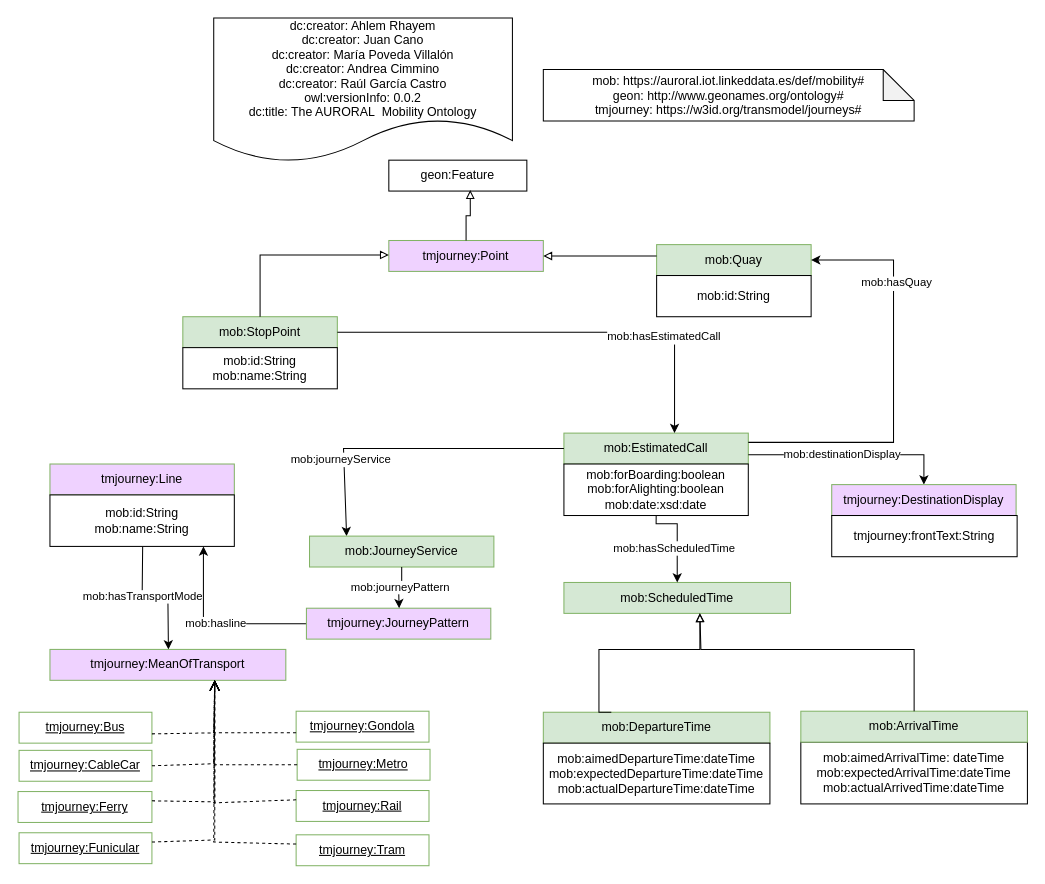
The draw.io diagram Diagram/mobility.drawio in oeg-upm/auroral-mobility-Ontology, before the edit. Source tidied: cells renumbered, new cells numbered last; positions are measured from the earlier drawing's top-left corner, leaving out a move shared by most shapes. Both pictures are drawn from the tidied source at 103%, with x=0, y=0 at pixel (18, 18).
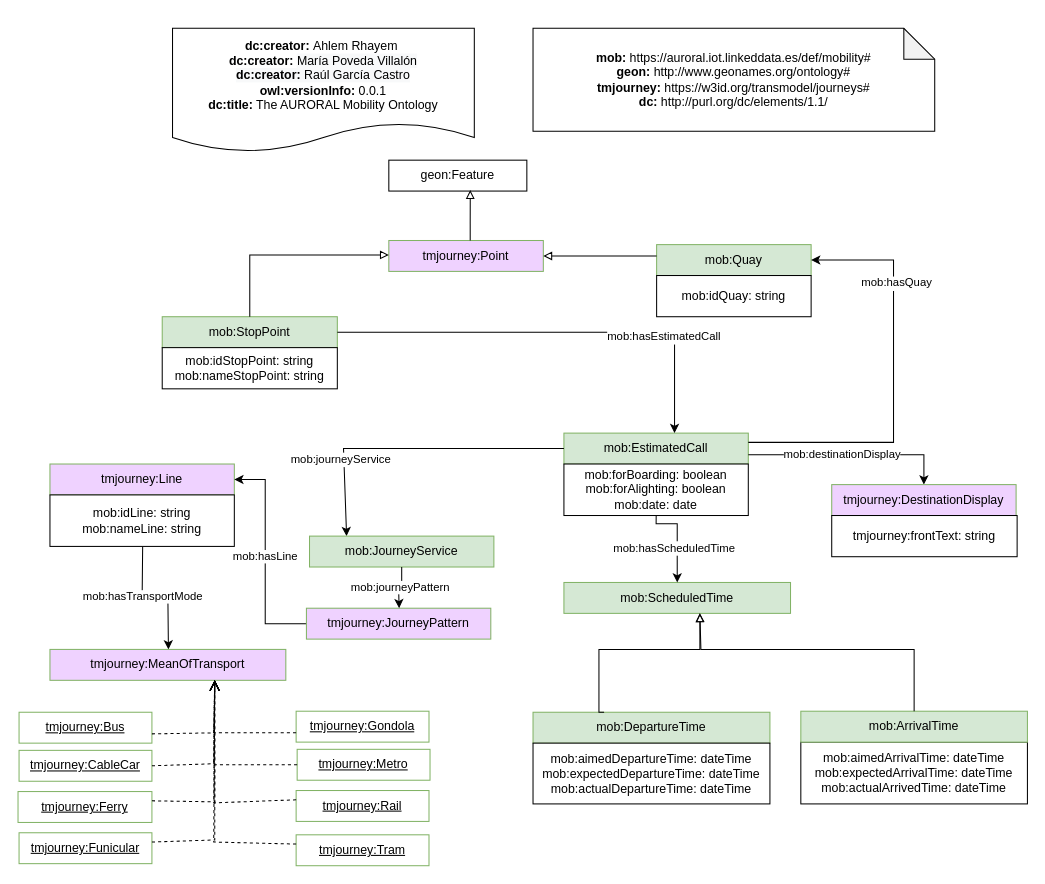
The same page after the edit.

The change refers to these unchanged cells:
```xml
<mxCell id="7" value="geon:Feature" style="rounded=0;whiteSpace=wrap;html=1;" parent="1" vertex="1">
  <mxGeometry x="360" y="138" width="134" height="30" as="geometry" />
</mxCell>
<mxCell id="12" value="tmjourney:Line" style="rounded=0;whiteSpace=wrap;html=1;snapToPoint=1;points=[[0.1,0],[0.2,0],[0.3,0],[0.4,0],[0.5,0],[0.6,0],[0.7,0],[0.8,0],[0.9,0],[0,0.1],[0,0.3],[0,0.5],[0,0.7],[0,0.9],[0.1,1],[0.2,1],[0.3,1],[0.4,1],[0.5,1],[0.6,1],[0.7,1],[0.8,1],[0.9,1],[1,0.1],[1,0.3],[1,0.5],[1,0.7],[1,0.9]];fillColor=#EFD2FF;strokeColor=#82b366;" parent="1" vertex="1">
  <mxGeometry x="31" y="433" width="179" height="30" as="geometry" />
</mxCell>
<mxCell id="17" value="tmjourney:JourneyPattern" style="rounded=0;whiteSpace=wrap;html=1;snapToPoint=1;points=[[0.1,0],[0.2,0],[0.3,0],[0.4,0],[0.5,0],[0.6,0],[0.7,0],[0.8,0],[0.9,0],[0,0.1],[0,0.3],[0,0.5],[0,0.7],[0,0.9],[0.1,1],[0.2,1],[0.3,1],[0.4,1],[0.5,1],[0.6,1],[0.7,1],[0.8,1],[0.9,1],[1,0.1],[1,0.3],[1,0.5],[1,0.7],[1,0.9]];fillColor=#EFD2FF;strokeColor=#82b366;" parent="1" vertex="1">
  <mxGeometry x="280" y="573" width="179" height="30" as="geometry" />
</mxCell>
<mxCell id="21" value="tmjourney:Point" style="rounded=0;whiteSpace=wrap;html=1;fillColor=#EFD2FF;strokeColor=#82b366;" parent="1" vertex="1">
  <mxGeometry x="360" y="216" width="150" height="30" as="geometry" />
</mxCell>
```

What changed in the source:
```diff
@@
-    <mxCell id="2" value="dc:creator: Ahlem Rhayem&#10;dc:creator: Juan Cano&#10;dc:creator: María Poveda Villalón&#10;dc:creator: Andrea Cimmino&#10;dc:creator: Raúl García Castro&#10;owl:versionInfo: 0.0.2&#10;dc:title: The AURORAL  Mobility Ontology" style="shape=document;boundedLbl=1;" parent="1" vertex="1">
-      <mxGeometry x="190" width="290" height="140" as="geometry" />
-    </mxCell>
-    <mxCell id="3" value="&#10;mob: https://auroral.iot.linkeddata.es/def/mobility#&#10;geon: http://www.geonames.org/ontology#&#10;tmjourney: https://w3id.org/transmodel/journeys#&#10;" style="shape=note;backgroundOutline=1;darkOpacity=0.05;" parent="1" vertex="1">
-      <mxGeometry x="510" y="50" width="360" height="50" as="geometry" />
-    </mxCell>
@@
     <mxCell id="5" value="mob:StopPoint" style="rounded=0;whiteSpace=wrap;html=1;fillColor=#d5e8d4;strokeColor=#82b366;" parent="1" vertex="1">
-      <mxGeometry x="160" y="290" width="150" height="30" as="geometry" />
+      <mxGeometry x="140" y="290" width="170" height="30" as="geometry" />
     </mxCell>
-    <mxCell id="6" value="mob:id:String&lt;br&gt;mob:name:String" style="rounded=0;whiteSpace=wrap;html=1;" parent="1" vertex="1">
-      <mxGeometry x="160" y="320" width="150" height="40" as="geometry" />
+    <mxCell id="6" value="mob:idStopPoint: string&lt;br&gt;mob:nameStopPoint: string" style="rounded=0;whiteSpace=wrap;html=1;" parent="1" vertex="1">
+      <mxGeometry x="140" y="320" width="170" height="40" as="geometry" />
     </mxCell>
@@
-    <mxCell id="9" value="mob:aimedArrivalTime: dateTime&lt;br&gt;mob:expectedArrivalTime:dateTime&lt;br&gt;mob:actualArrivedTime:dateTime&lt;br&gt;" style="rounded=0;whiteSpace=wrap;html=1;" parent="1" vertex="1">
+    <mxCell id="9" value="mob:aimedArrivalTime: dateTime&lt;br&gt;mob:expectedArrivalTime: dateTime&lt;br&gt;mob:actualArrivedTime: dateTime" style="rounded=0;whiteSpace=wrap;html=1;" parent="1" vertex="1">
       <mxGeometry x="760" y="703" width="220" height="60" as="geometry" />
     </mxCell>
@@
-    <mxCell id="15" value="mob:id:String&lt;br&gt;mob:name:String" style="rounded=0;whiteSpace=wrap;html=1;snapToPoint=1;points=[[0.1,0],[0.2,0],[0.3,0],[0.4,0],[0.5,0],[0.6,0],[0.7,0],[0.8,0],[0.9,0],[0,0.1],[0,0.3],[0,0.5],[0,0.7],[0,0.9],[0.1,1],[0.2,1],[0.3,1],[0.4,1],[0.5,1],[0.6,1],[0.7,1],[0.8,1],[0.9,1],[1,0.1],[1,0.3],[1,0.5],[1,0.7],[1,0.9]];" parent="1" vertex="1">
+    <mxCell id="15" value="mob:idLine: string&lt;br&gt;mob:nameLine: string" style="rounded=0;whiteSpace=wrap;html=1;snapToPoint=1;points=[[0.1,0],[0.2,0],[0.3,0],[0.4,0],[0.5,0],[0.6,0],[0.7,0],[0.8,0],[0.9,0],[0,0.1],[0,0.3],[0,0.5],[0,0.7],[0,0.9],[0.1,1],[0.2,1],[0.3,1],[0.4,1],[0.5,1],[0.6,1],[0.7,1],[0.8,1],[0.9,1],[1,0.1],[1,0.3],[1,0.5],[1,0.7],[1,0.9]];" parent="1" vertex="1">
       <mxGeometry x="31" y="463" width="179" height="50" as="geometry" />
     </mxCell>
-    <mxCell id="16" value="mob:hasline" style="edgeStyle=orthogonalEdgeStyle;rounded=0;jettySize=auto;html=1;" parent="1" edge="1" source="17">
+    <mxCell id="16" value="mob:hasLine" style="edgeStyle=orthogonalEdgeStyle;rounded=0;jettySize=auto;html=1;" parent="1" edge="1" source="17" target="12">
       <mxGeometry relative="1" as="geometry">
-        <mxPoint x="180" y="513" as="targetPoint" />
         <Array as="points">
-          <mxPoint x="180" y="588" />
+          <mxPoint x="240" y="588" />
+          <mxPoint x="240" y="448" />
         </Array>
       </mxGeometry>
     </mxCell>
@@
-    <mxCell id="18" value="mob:forBoarding:boolean&lt;br&gt;mob:forAlighting:boolean&lt;br&gt;mob:date:xsd:date" style="rounded=0;whiteSpace=wrap;html=1;" parent="1" vertex="1">
+    <mxCell id="18" value="mob:forBoarding: boolean&lt;br&gt;mob:forAlighting: boolean&lt;br&gt;mob:date: date" style="rounded=0;whiteSpace=wrap;html=1;" parent="1" vertex="1">
       <mxGeometry x="530" y="433" width="179" height="50" as="geometry" />
     </mxCell>
@@
     <mxCell id="25" style="edgeStyle=orthogonalEdgeStyle;rounded=0;jettySize=auto;html=1;fontSize=11;endArrow=block;endFill=0;entryX=0.59;entryY=0.967;entryDx=0;entryDy=0;entryPerimeter=0;" parent="1" edge="1" source="21" target="7">
-      <mxGeometry relative="1" as="geometry" />
+      <mxGeometry relative="1" as="geometry">
+        <Array as="points">
+          <mxPoint x="439" y="200" />
+          <mxPoint x="439" y="200" />
+        </Array>
+      </mxGeometry>
     </mxCell>
@@
-    <mxCell id="34" value="tmjourney:frontText:String" style="rounded=0;whiteSpace=wrap;html=1;" parent="1" vertex="1">
+    <mxCell id="34" value="tmjourney:frontText: string" style="rounded=0;whiteSpace=wrap;html=1;" parent="1" vertex="1">
       <mxGeometry x="790" y="483" width="180" height="40" as="geometry" />
     </mxCell>
@@
-    <mxCell id="37" value="mob:id:String" style="rounded=0;whiteSpace=wrap;html=1;" parent="1" vertex="1">
+    <mxCell id="37" value="mob:idQuay: string" style="rounded=0;whiteSpace=wrap;html=1;" parent="1" vertex="1">
       <mxGeometry x="620" y="250" width="150" height="40" as="geometry" />
     </mxCell>
@@
     <mxCell id="39" value="mob:DepartureTime" style="rounded=0;whiteSpace=wrap;html=1;snapToPoint=1;points=[[0.1,0],[0.2,0],[0.3,0],[0.4,0],[0.5,0],[0.6,0],[0.7,0],[0.8,0],[0.9,0],[0,0.1],[0,0.3],[0,0.5],[0,0.7],[0,0.9],[0.1,1],[0.2,1],[0.3,1],[0.4,1],[0.5,1],[0.6,1],[0.7,1],[0.8,1],[0.9,1],[1,0.1],[1,0.3],[1,0.5],[1,0.7],[1,0.9]];fillColor=#d5e8d4;strokeColor=#82b366;" parent="1" vertex="1">
-      <mxGeometry x="510" y="674" width="220" height="30" as="geometry" />
+      <mxGeometry x="500" y="674" width="230" height="30" as="geometry" />
     </mxCell>
@@
-    <mxCell id="42" value="mob:aimedDepartureTime:dateTime&lt;br&gt;mob:expectedDepartureTime:dateTime&lt;br&gt;mob:actualDepartureTime:dateTime" style="rounded=0;whiteSpace=wrap;html=1;" parent="1" vertex="1">
-      <mxGeometry x="510" y="704" width="220" height="59" as="geometry" />
+    <mxCell id="42" value="mob:aimedDepartureTime: dateTime&lt;br&gt;mob:expectedDepartureTime: dateTime&lt;br&gt;mob:actualDepartureTime: dateTime" style="rounded=0;whiteSpace=wrap;html=1;" parent="1" vertex="1">
+      <mxGeometry x="500" y="704" width="230" height="59" as="geometry" />
     </mxCell>
@@
+    <mxCell id="59" value="&lt;div&gt;&lt;b&gt;mob:&lt;/b&gt; https://auroral.iot.linkeddata.es/def/mobility#&lt;/div&gt;&lt;b&gt;geon:&amp;nbsp;&lt;/b&gt;&lt;span&gt;http://www.geonames.org/ontology#&lt;br&gt;&lt;/span&gt;&lt;b&gt;tmjourney:&amp;nbsp;&lt;/b&gt;https://w3id.org/transmodel/journeys#&lt;br&gt;&lt;b&gt;dc:&amp;nbsp;&lt;/b&gt;http://purl.org/dc/elements/1.1/" style="shape=note;whiteSpace=wrap;html=1;backgroundOutline=1;darkOpacity=0.05;" parent="1" vertex="1">
+      <mxGeometry x="500" y="10" width="390" height="100" as="geometry" />
+    </mxCell>
+    <mxCell id="60" value="&lt;div&gt;&lt;b&gt;dc:creator:&lt;/b&gt;&amp;nbsp;Ahlem Rhayem&amp;nbsp;&lt;/div&gt;&lt;b&gt;dc:creator:&lt;/b&gt;&amp;nbsp;&lt;span style=&quot;background-color: rgb(248 , 249 , 250)&quot;&gt;María Poveda Villalón&lt;br&gt;&lt;/span&gt;&lt;span style=&quot;background-color: rgb(248 , 249 , 250)&quot;&gt;&lt;b&gt;dc:creator:&lt;/b&gt; Raúl García Castro&lt;/span&gt;&lt;span style=&quot;background-color: rgb(248 , 249 , 250)&quot;&gt;&lt;br&gt;&lt;/span&gt;&lt;div&gt;&lt;b&gt;owl:versionInfo:&lt;/b&gt; 0.0.1&lt;/div&gt;&lt;div&gt;&lt;b&gt;dc:title:&lt;/b&gt; The AURORAL Mobility Ontology&lt;/div&gt;" style="shape=document;whiteSpace=wrap;html=1;boundedLbl=1;labelBackgroundColor=#ffffff;strokeColor=#000000;fontSize=12;fontColor=#000000;size=0.23333333333333334;" parent="1" vertex="1">
+      <mxGeometry x="150" y="10" width="293" height="120" as="geometry" />
+    </mxCell>
```
